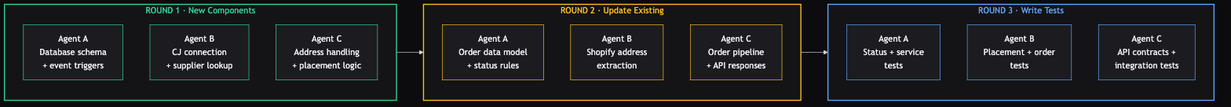
The Mermaid diagram docs/nathan-reports/assets/agent-strategy.png in spaceBrownie/auto-shipper-ai, before a commit. Its source is kept beside it as docs/nathan-reports/assets/agent-strategy.mmd.
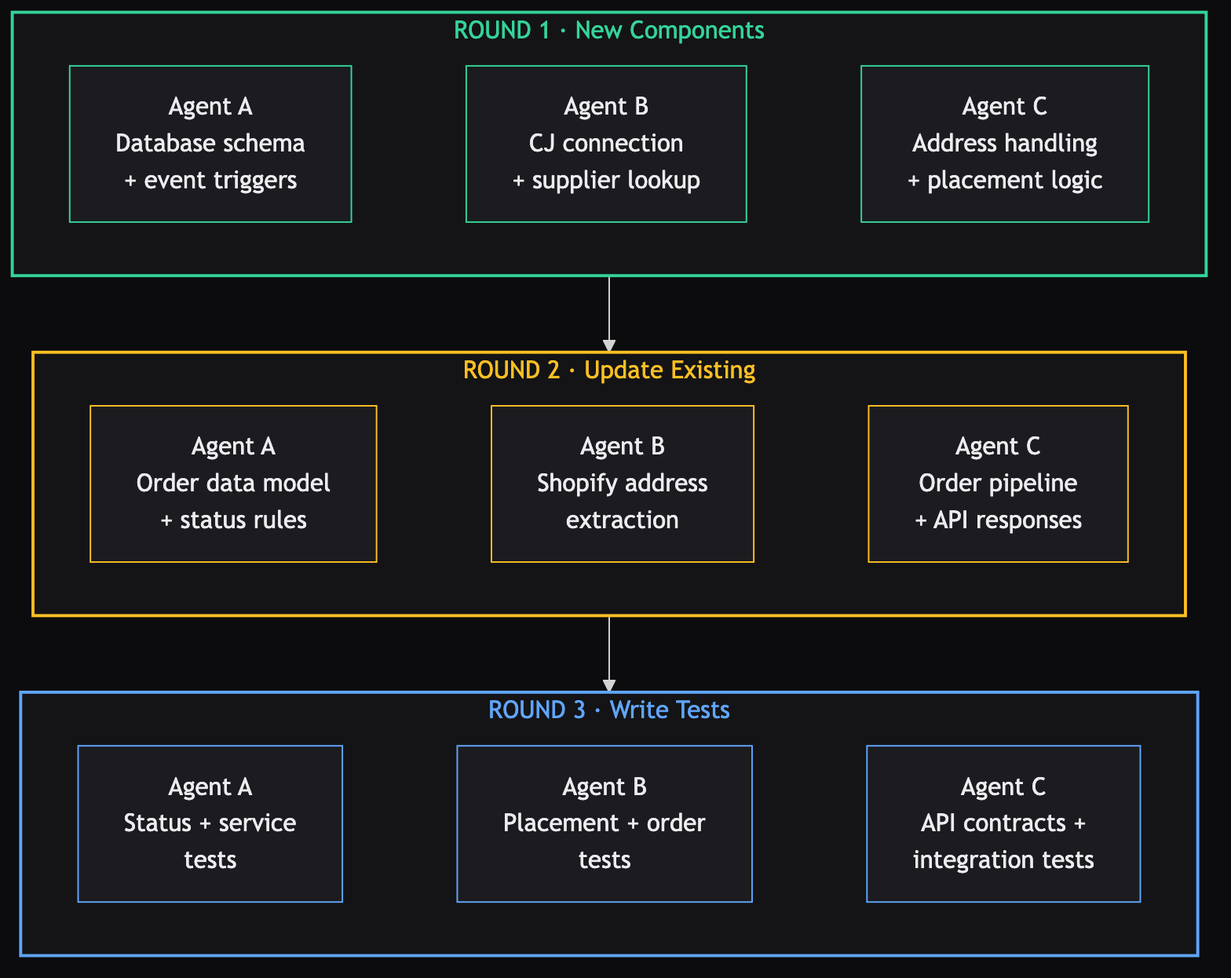
The same diagram one commit later.

Commit message:
docs: NR-007 agent strategy diagram — vertical flow, horizontal agents

Change to the diagram source:
```diff
@@ -1,23 +1,17 @@
-graph LR
+graph TB
     subgraph R1["ROUND 1 · New Components"]
-        direction TB
-        A1["Agent A\nDatabase schema\n+ event triggers"]
-        A2["Agent B\nCJ connection\n+ supplier lookup"]
-        A3["Agent C\nAddress handling\n+ placement logic"]
+        direction LR
+        A1["Agent A\nDatabase schema\n+ event triggers"] ~~~ A2["Agent B\nCJ connection\n+ supplier lookup"] ~~~ A3["Agent C\nAddress handling\n+ placement logic"]
     end
 
     subgraph R2["ROUND 2 · Update Existing"]
-        direction TB
-        B1["Agent A\nOrder data model\n+ status rules"]
-        B2["Agent B\nShopify address\nextraction"]
-        B3["Agent C\nOrder pipeline\n+ API responses"]
+        direction LR
+        B1["Agent A\nOrder data model\n+ status rules"] ~~~ B2["Agent B\nShopify address\nextraction"] ~~~ B3["Agent C\nOrder pipeline\n+ API responses"]
     end
 
     subgraph R3["ROUND 3 · Write Tests"]
-        direction TB
-        C1["Agent A\nStatus + service\ntests"]
-        C2["Agent B\nPlacement + order\ntests"]
-        C3["Agent C\nAPI contracts +\nintegration tests"]
+        direction LR
+        C1["Agent A\nStatus + service\ntests"] ~~~ C2["Agent B\nPlacement + order\ntests"] ~~~ C3["Agent C\nAPI contracts +\nintegration tests"]
     end
 
     R1 --> R2 --> R3
```
